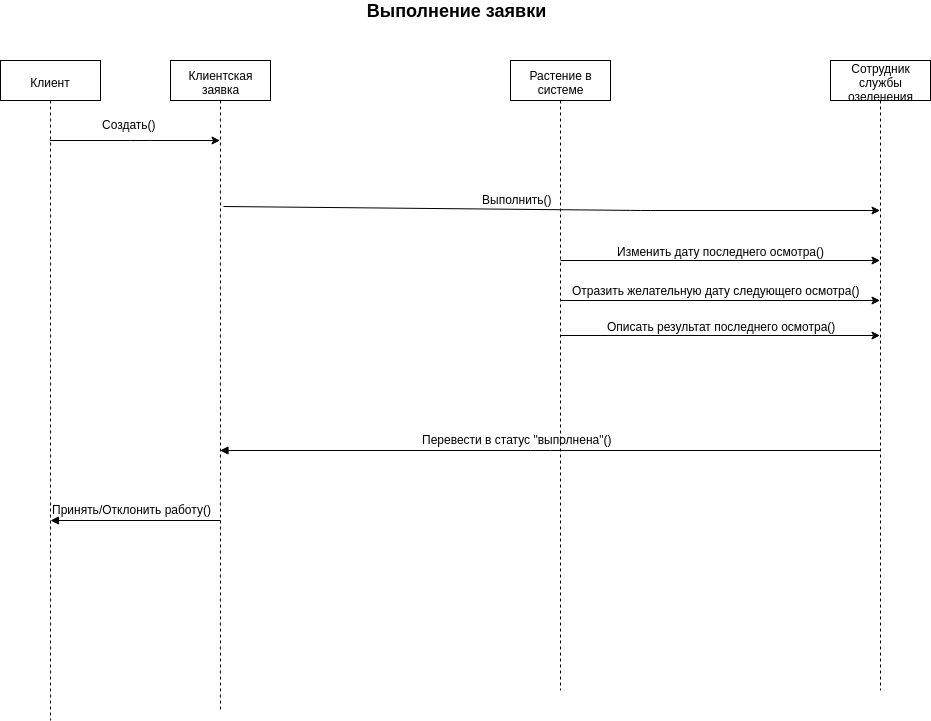
Earlier version of the draw.io export wiki/LandscaperReq.png (gilgenbergg/green_office). Source tidied: cells renumbered, new cells last; positions are measured from the earlier drawing's top-left corner, leaving out a move shared by most shapes.
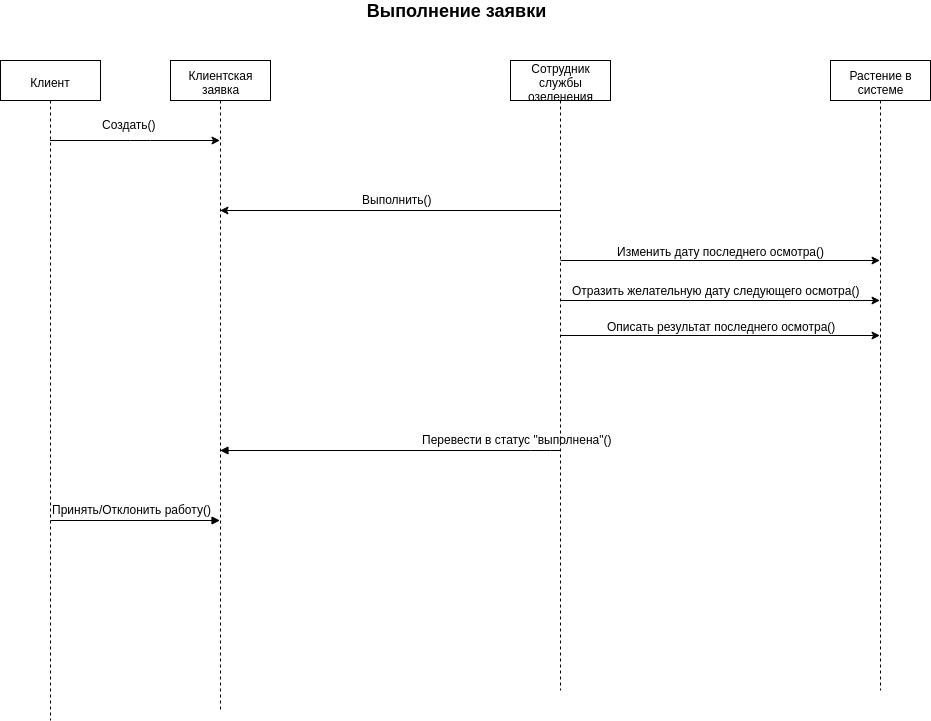
After the change.

What changed in the source:
```diff
@@ -11,10 +11,10 @@
     <mxCell id="4" value="Клиентская заявка" style="shape=umlLifeline;perimeter=lifelinePerimeter;whiteSpace=wrap;html=1;outlineConnect=0;" parent="1" vertex="1">
       <mxGeometry x="170" y="60" width="100" height="650" as="geometry" />
     </mxCell>
-    <mxCell id="5" value="Растение в системе" style="shape=umlLifeline;perimeter=lifelinePerimeter;whiteSpace=wrap;html=1;" parent="1" vertex="1">
+    <mxCell id="5" value="Сотрудник службы озеленения" style="shape=umlLifeline;perimeter=lifelinePerimeter;whiteSpace=wrap;html=1;" parent="1" vertex="1">
       <mxGeometry x="510" y="60" width="100" height="630" as="geometry" />
     </mxCell>
-    <mxCell id="6" value="Сотрудник службы озеленения" style="shape=umlLifeline;perimeter=lifelinePerimeter;whiteSpace=wrap;html=1;outlineConnect=0;" parent="1" vertex="1">
+    <mxCell id="6" value="Растение в системе" style="shape=umlLifeline;perimeter=lifelinePerimeter;whiteSpace=wrap;html=1;outlineConnect=0;" parent="1" vertex="1">
       <mxGeometry x="830" y="60" width="100" height="630" as="geometry" />
     </mxCell>
     <mxCell id="7" style="endArrow=classic;html=1;" parent="1" edge="1" source="3" target="4">
@@ -27,18 +27,17 @@
     <mxCell id="8" value="Создать()" style="text;html=1;align=left;verticalAlign=top;spacingTop=-4;" parent="1" vertex="1">
       <mxGeometry x="100" y="115" width="70" height="10" as="geometry" />
     </mxCell>
-    <mxCell id="9" style="endArrow=classic;html=1;exitX=0.532;exitY=0.224;exitDx=0;exitDy=0;exitPerimeter=0;" parent="1" edge="1" source="4" target="6">
+    <mxCell id="9" style="endArrow=classic;html=1;" parent="1" edge="1" target="4">
       <mxGeometry relative="1" as="geometry">
-        <Array as="points">
-          <mxPoint x="640" y="210" />
-        </Array>
+        <mxPoint x="560" y="210" as="sourcePoint" />
       </mxGeometry>
     </mxCell>
     <mxCell id="10" value="Выполнить()" style="text;html=1;align=left;verticalAlign=top;spacingTop=-4;" parent="1" vertex="1">
-      <mxGeometry x="480" y="190" width="90" height="10" as="geometry" />
+      <mxGeometry x="360" y="190" width="90" height="10" as="geometry" />
     </mxCell>
-    <mxCell id="11" style="endArrow=block;endFill=1;endSize=6;html=1;" parent="1" edge="1" source="6" target="4">
+    <mxCell id="11" style="endArrow=block;endFill=1;endSize=6;html=1;" parent="1" edge="1" target="4">
       <mxGeometry relative="1" as="geometry">
+        <mxPoint x="560" y="450" as="sourcePoint" />
         <Array as="points">
           <mxPoint x="540" y="450" />
         </Array>
@@ -50,11 +49,8 @@
     <mxCell id="13" value="Принять/Отклонить работу()" style="text;html=1;align=left;verticalAlign=top;spacingTop=-4;" parent="1" vertex="1">
       <mxGeometry x="50" y="500" width="170" height="10" as="geometry" />
     </mxCell>
-    <mxCell id="14" style="endArrow=block;endFill=1;endSize=6;html=1;fontStyle=1;" parent="1" edge="1">
-      <mxGeometry relative="1" as="geometry">
-        <mxPoint x="220" y="520" as="sourcePoint" />
-        <mxPoint x="50" y="520" as="targetPoint" />
-      </mxGeometry>
+    <mxCell id="14" style="endArrow=block;endFill=1;endSize=6;html=1;fontStyle=1;exitX=0.5;exitY=0.697;exitDx=0;exitDy=0;exitPerimeter=0;" parent="1" edge="1" source="3" target="4">
+      <mxGeometry relative="1" as="geometry" />
     </mxCell>
     <mxCell id="15" style="endArrow=classic;html=1;" parent="1" edge="1" target="6">
       <mxGeometry relative="1" as="geometry">
```
